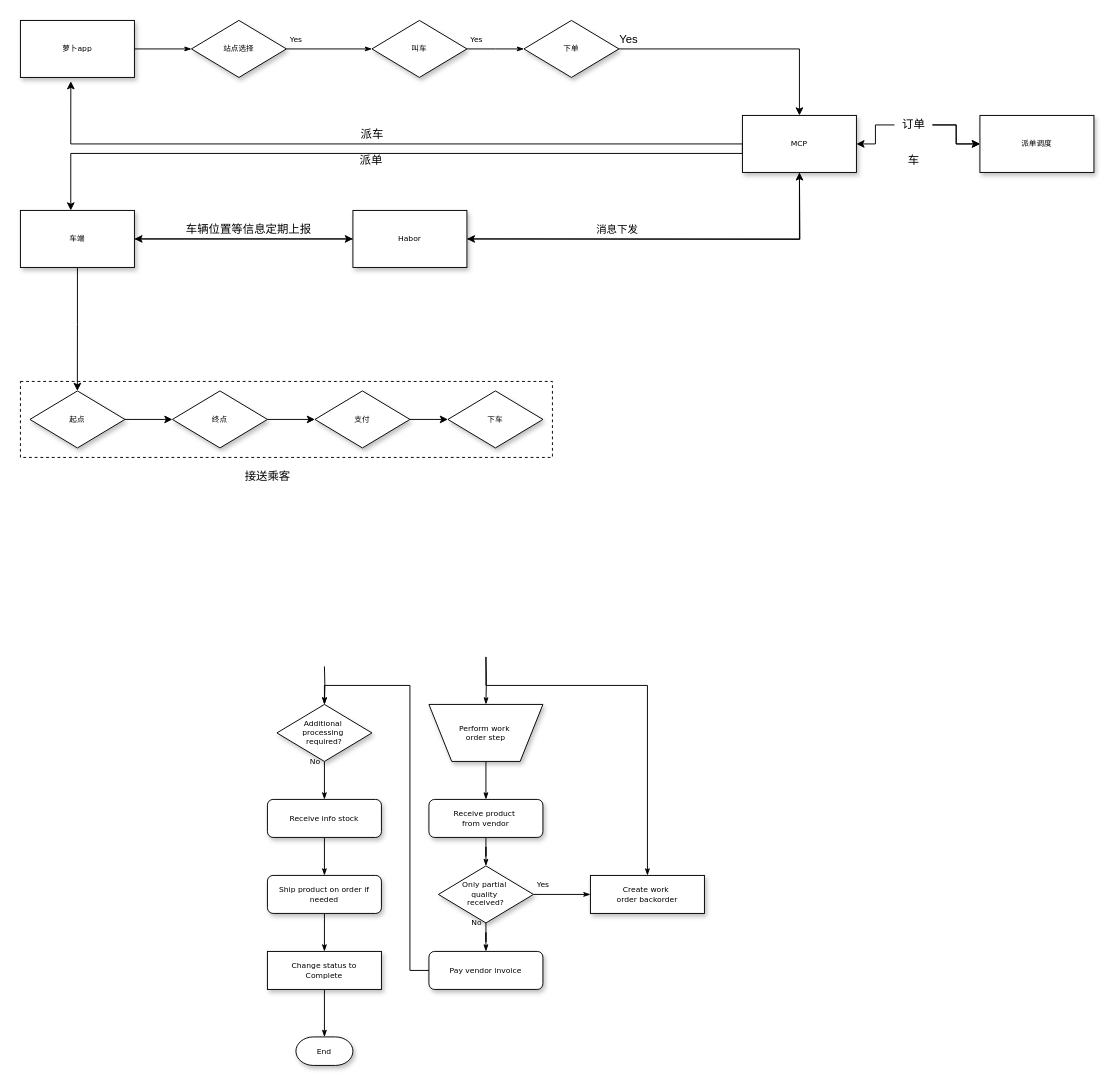
Above: Apollo.drawio in Christings/wechat (draw.io), before the change. Source tidied: cells renumbered, new cells numbered last; positions are measured from the earlier drawing's top-left corner, leaving out a move shared by most shapes. Both pictures are drawn from the tidied source at 95%, with x=0, y=0 at pixel (20, 20).
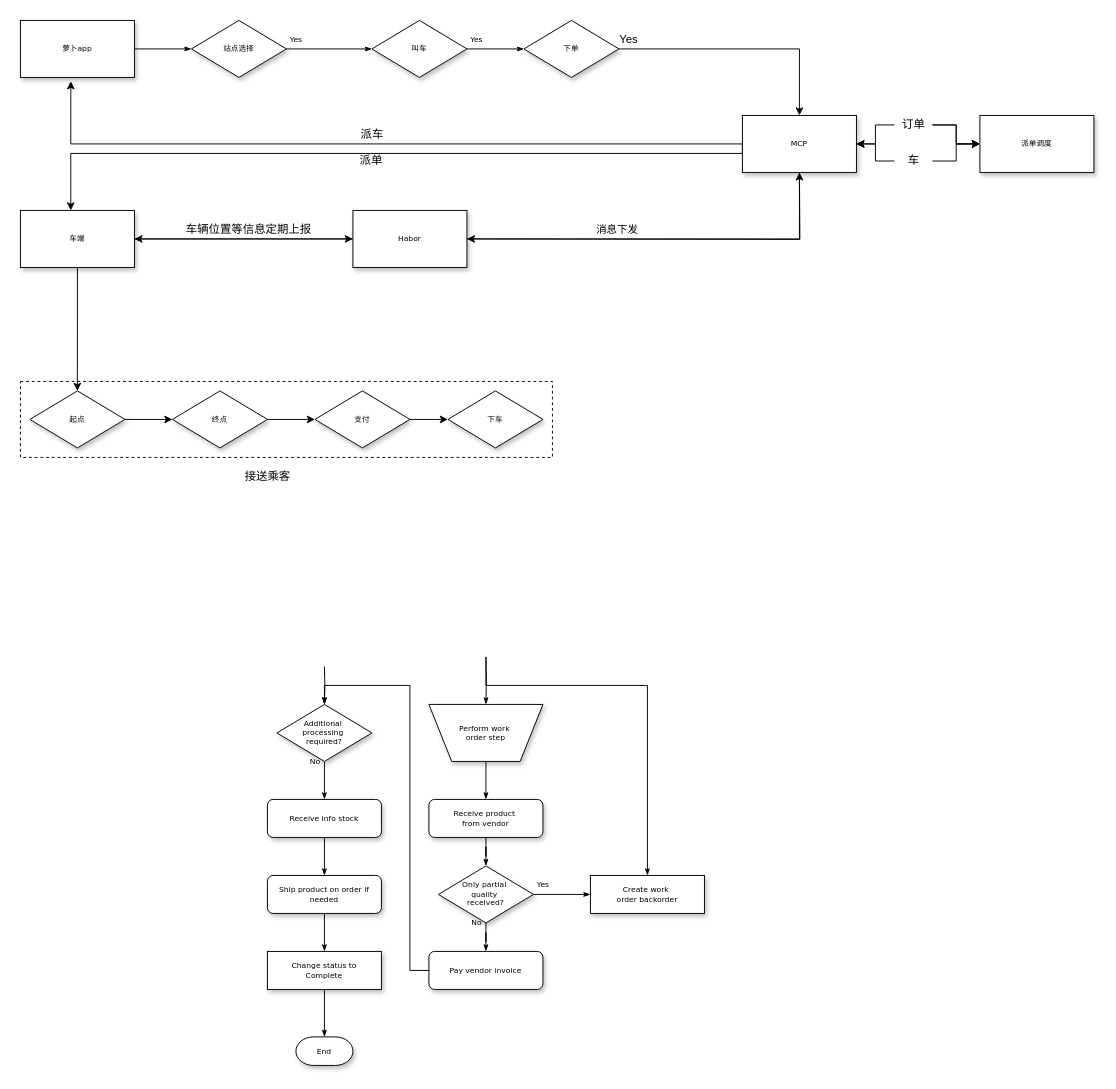
After the change.

Unchanged cells that the change refers to:
```xml
<mxCell id="37" value="MCP" style="rounded=0;whiteSpace=wrap;html=1;shadow=1;labelBackgroundColor=none;strokeWidth=1;fontFamily=Verdana;fontSize=8;align=center;" parent="1" vertex="1">
  <mxGeometry x="760" y="100" width="120" height="60" as="geometry" />
</mxCell>
<mxCell id="39" value="派单调度" style="rounded=0;whiteSpace=wrap;html=1;shadow=1;labelBackgroundColor=none;strokeWidth=1;fontFamily=Verdana;fontSize=8;align=center;" parent="1" vertex="1">
  <mxGeometry x="1010" y="100" width="120" height="60" as="geometry" />
</mxCell>
```

Diff of the diagram source:
```diff
@@
+    <mxCell id="62" style="edgeStyle=orthogonalEdgeStyle;rounded=0;jettySize=auto;html=1;" parent="1" edge="1" source="61" target="39">
+      <mxGeometry relative="1" as="geometry" />
+    </mxCell>
+    <mxCell id="63" style="edgeStyle=orthogonalEdgeStyle;rounded=0;jettySize=auto;html=1;" parent="1" edge="1" source="61" target="37">
+      <mxGeometry relative="1" as="geometry" />
+    </mxCell>
-    <mxCell id="61" value="&amp;nbsp;车&amp;nbsp;" style="text;html=1;align=center;verticalAlign=middle;points=[];strokeColor=none;fillColor=none;" parent="1" vertex="1">
-      <mxGeometry x="925" y="138" width="30" height="20" as="geometry" />
+    <mxCell id="61" value="&amp;nbsp; 车&amp;nbsp;&amp;nbsp;" style="text;html=1;align=center;verticalAlign=middle;points=[];strokeColor=none;fillColor=none;" parent="1" vertex="1">
+      <mxGeometry x="920" y="138" width="40" height="20" as="geometry" />
     </mxCell>
```
